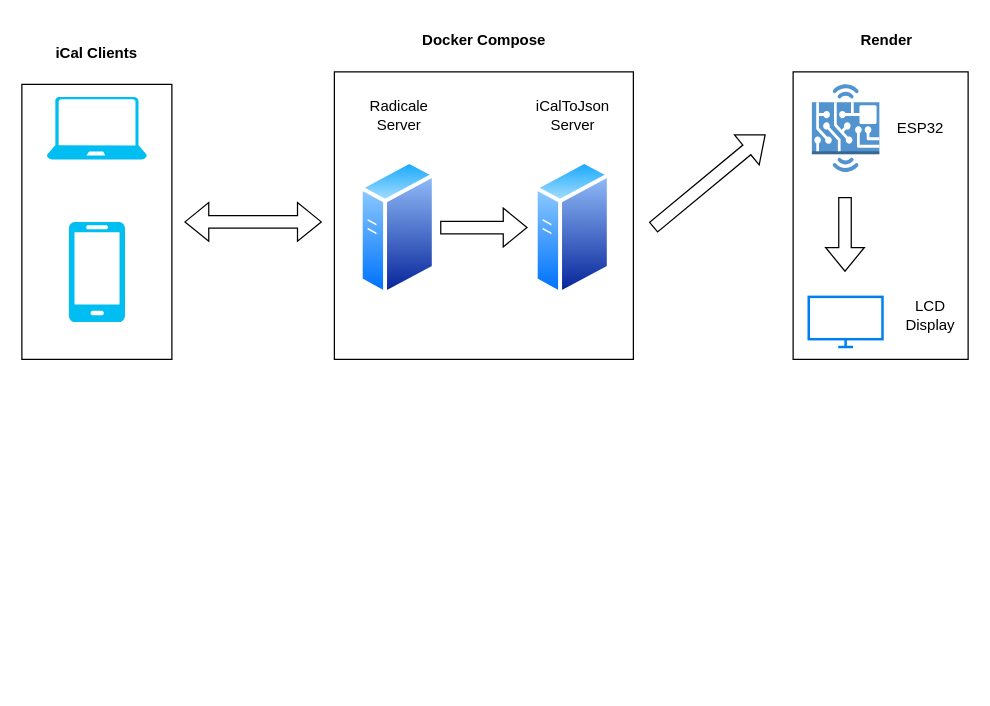
Earlier version of the draw.io diagram images/architecture-diagram.drawio (Anthony-McDonald/Important-Eventer). Source tidied: cells renumbered, new cells numbered last; positions are measured from the earlier drawing's top-left corner, leaving out a move shared by most shapes. Both pictures are drawn from the tidied source at 125%, with x=0, y=0 at pixel (21, 21).
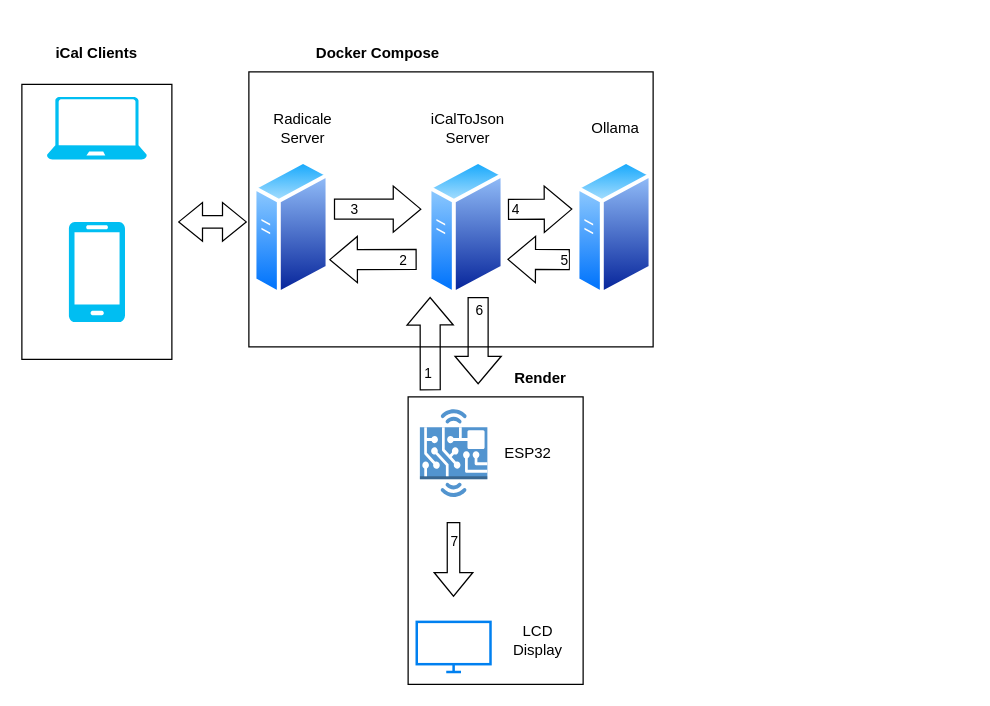
Above is the later version.

Diff of the diagram source:
```diff
@@
+    <mxCell id="23" style="image;perimeter=ellipsePerimeter;html=1;align=center;shadow=0;dashed=0;spacingTop=3;image=img/lib/active_directory/generic_server.svg;" parent="1" vertex="1">
+      <mxGeometry x="443.4" y="110" width="61.6" height="110" as="geometry" />
+    </mxCell>
+    <mxCell id="12" style="rounded=0;whiteSpace=wrap;html=1;fillColor=none;fontStyle=1;" parent="1" vertex="1">
+      <mxGeometry x="181.6" y="40" width="323.4" height="220" as="geometry" />
+    </mxCell>
     <mxCell id="2" style="image;perimeter=ellipsePerimeter;html=1;align=center;shadow=0;dashed=0;spacingTop=3;image=img/lib/active_directory/generic_server.svg;" parent="1" vertex="1">
-      <mxGeometry x="270" y="110" width="61.6" height="110" as="geometry" />
+      <mxGeometry x="185" y="110" width="61.6" height="110" as="geometry" />
     </mxCell>
@@
     <mxCell id="8" style="shape=flexArrow;endArrow=classic;startArrow=classic;html=1;rounded=0;" parent="1" edge="1">
       <mxGeometry relative="1" as="geometry">
-        <mxPoint x="130" y="160" as="sourcePoint" />
-        <mxPoint x="240" y="160" as="targetPoint" />
+        <mxPoint x="125" y="160" as="sourcePoint" />
+        <mxPoint x="180" y="160" as="targetPoint" />
       </mxGeometry>
     </mxCell>
     <mxCell id="9" value="&lt;div&gt;Radicale&lt;/div&gt;&lt;div&gt;Server&lt;/div&gt;" style="text;html=1;whiteSpace=wrap;strokeColor=none;fillColor=none;align=center;verticalAlign=middle;rounded=0;" parent="1" vertex="1">
-      <mxGeometry x="271.6" y="60" width="60" height="30" as="geometry" />
+      <mxGeometry x="195" y="70" width="60" height="30" as="geometry" />
     </mxCell>
     <mxCell id="10" style="image;perimeter=ellipsePerimeter;html=1;align=center;shadow=0;dashed=0;spacingTop=3;image=img/lib/active_directory/generic_server.svg;" parent="1" vertex="1">
-      <mxGeometry x="410" y="110" width="61.6" height="110" as="geometry" />
+      <mxGeometry x="325" y="110" width="61.6" height="110" as="geometry" />
     </mxCell>
     <mxCell id="11" value="&lt;div&gt;iCalToJson&lt;/div&gt;&lt;div&gt;Server&lt;/div&gt;" style="text;html=1;whiteSpace=wrap;strokeColor=none;fillColor=none;align=center;verticalAlign=middle;rounded=0;" parent="1" vertex="1">
-      <mxGeometry x="410.8" y="60" width="60" height="30" as="geometry" />
+      <mxGeometry x="326.6" y="70" width="60" height="30" as="geometry" />
     </mxCell>
-    <mxCell id="12" style="rounded=0;whiteSpace=wrap;html=1;fillColor=none;fontStyle=1;" parent="1" vertex="1">
-      <mxGeometry x="250" y="40" width="239.2" height="230" as="geometry" />
-    </mxCell>
     <mxCell id="13" value="Docker Compose" style="text;html=1;whiteSpace=wrap;strokeColor=none;fillColor=none;align=center;verticalAlign=middle;rounded=0;fontStyle=1;" parent="1" vertex="1">
-      <mxGeometry x="304.6" width="130" height="30" as="geometry" />
+      <mxGeometry x="219.6" y="10" width="130" height="30" as="geometry" />
     </mxCell>
     <mxCell id="14" style="dashed=0;verticalLabelPosition=bottom;verticalAlign=top;align=center;html=1;shape=mxgraph.aws3.hardware_board;fillColor=#5294CF;gradientColor=none;" parent="1" vertex="1">
-      <mxGeometry x="632" y="49.9" width="54" height="70.2" as="geometry" />
+      <mxGeometry x="318.4" y="309.9" width="54" height="70.2" as="geometry" />
     </mxCell>
     <mxCell id="15" value="Render" style="text;html=1;whiteSpace=wrap;strokeColor=none;fillColor=none;align=center;verticalAlign=middle;rounded=0;fontStyle=1;" parent="1" vertex="1">
-      <mxGeometry x="627" width="130" height="30" as="geometry" />
+      <mxGeometry x="349.6" y="270" width="130" height="30" as="geometry" />
     </mxCell>
     <mxCell id="16" style="rounded=0;whiteSpace=wrap;html=1;fillColor=none;fontStyle=1;" parent="1" vertex="1">
-      <mxGeometry x="617" y="40" width="140" height="230" as="geometry" />
+      <mxGeometry x="309" y="300" width="140" height="230" as="geometry" />
     </mxCell>
     <mxCell id="17" style="shape=flexArrow;endArrow=classic;html=1;rounded=0;" parent="1" edge="1">
       <mxGeometry relative="1" as="geometry">
-        <mxPoint x="658.5" y="140" as="sourcePoint" />
-        <mxPoint x="658.5" y="200" as="targetPoint" />
+        <mxPoint x="345.3" y="400" as="sourcePoint" />
+        <mxPoint x="345.3" y="460" as="targetPoint" />
       </mxGeometry>
     </mxCell>
+    <mxCell id="24" value="7" style="edgeLabel;html=1;align=center;verticalAlign=middle;" parent="17" vertex="1">
+      <mxGeometry x="-0.06" y="2" relative="1" as="geometry">
+        <mxPoint x="-2" y="-13" as="offset" />
+      </mxGeometry>
+    </mxCell>
     <mxCell id="18" style="html=1;verticalLabelPosition=bottom;align=center;labelBackgroundColor=#ffffff;verticalAlign=top;strokeWidth=2;strokeColor=#0080F0;shadow=0;dashed=0;shape=mxgraph.ios7.icons.monitor;" parent="1" vertex="1">
-      <mxGeometry x="629.5" y="220" width="59" height="40" as="geometry" />
+      <mxGeometry x="315.9" y="480" width="59" height="40" as="geometry" />
     </mxCell>
     <mxCell id="19" value="ESP32" style="text;html=1;whiteSpace=wrap;strokeColor=none;fillColor=none;align=center;verticalAlign=middle;rounded=0;" parent="1" vertex="1">
-      <mxGeometry x="688.5" y="70" width="60" height="30" as="geometry" />
+      <mxGeometry x="374.9" y="330" width="60" height="30" as="geometry" />
     </mxCell>
     <mxCell id="20" value="&lt;div&gt;LCD&lt;/div&gt;&lt;div&gt;Display&lt;/div&gt;" style="text;html=1;whiteSpace=wrap;strokeColor=none;fillColor=none;align=center;verticalAlign=middle;rounded=0;" parent="1" vertex="1">
-      <mxGeometry x="697" y="220" width="60" height="30" as="geometry" />
+      <mxGeometry x="383.4" y="480" width="60" height="30" as="geometry" />
     </mxCell>
-    <mxCell id="21" style="shape=flexArrow;endArrow=classic;html=1;rounded=0;" parent="1" edge="1">
+    <mxCell id="21" style="shape=flexArrow;endArrow=classic;html=1;rounded=0;strokeWidth=1;width=16;endSize=7;" parent="1" edge="1">
       <mxGeometry relative="1" as="geometry">
-        <mxPoint x="334.6" y="164.5" as="sourcePoint" />
-        <mxPoint x="404.6" y="164.5" as="targetPoint" />
+        <mxPoint x="249.6" y="149.8" as="sourcePoint" />
+        <mxPoint x="319.6" y="149.8" as="targetPoint" />
       </mxGeometry>
     </mxCell>
-    <mxCell id="22" style="shape=flexArrow;endArrow=classic;html=1;rounded=0;" parent="1" edge="1">
-      <mxGeometry relative="1" as="geometry">
-        <mxPoint x="505" y="164.5" as="sourcePoint" />
-        <mxPoint x="595" y="90" as="targetPoint" />
-      </mxGeometry>
-    </mxCell>
+    <mxCell id="25" value="3" style="edgeLabel;html=1;align=center;verticalAlign=middle;" parent="21" vertex="1">
+      <mxGeometry x="0.08" y="-1" relative="1" as="geometry">
+        <mxPoint x="-22" y="-1" as="offset" />
+      </mxGeometry>
+    </mxCell>
+    <mxCell id="26" value="Ollama" style="text;html=1;whiteSpace=wrap;strokeColor=none;fillColor=none;align=center;verticalAlign=middle;rounded=0;" parent="1" vertex="1">
+      <mxGeometry x="445" y="70" width="60" height="30" as="geometry" />
+    </mxCell>
+    <mxCell id="27" style="shape=flexArrow;endArrow=classic;html=1;rounded=0;strokeWidth=1;width=16;endSize=7;" parent="1" edge="1">
+      <mxGeometry relative="1" as="geometry">
+        <mxPoint x="388.8" y="150" as="sourcePoint" />
+        <mxPoint x="440.4" y="149.8" as="targetPoint" />
+      </mxGeometry>
+    </mxCell>
+    <mxCell id="28" value="4" style="edgeLabel;html=1;align=center;verticalAlign=middle;" parent="27" vertex="1">
+      <mxGeometry x="0.08" y="-1" relative="1" as="geometry">
+        <mxPoint x="-22" y="-1" as="offset" />
+      </mxGeometry>
+    </mxCell>
+    <mxCell id="29" style="shape=flexArrow;endArrow=classic;html=1;rounded=0;strokeWidth=1;width=16;endSize=7;" parent="1" edge="1">
+      <mxGeometry relative="1" as="geometry">
+        <mxPoint x="315.9" y="190" as="sourcePoint" />
+        <mxPoint x="245.9" y="190.2" as="targetPoint" />
+      </mxGeometry>
+    </mxCell>
+    <mxCell id="30" value="2" style="edgeLabel;html=1;align=center;verticalAlign=middle;" parent="29" vertex="1">
+      <mxGeometry x="0.08" y="-1" relative="1" as="geometry">
+        <mxPoint x="27" y="1" as="offset" />
+      </mxGeometry>
+    </mxCell>
+    <mxCell id="31" style="shape=flexArrow;endArrow=classic;html=1;rounded=0;strokeWidth=1;width=16;endSize=7;" parent="1" edge="1">
+      <mxGeometry relative="1" as="geometry">
+        <mxPoint x="326.7" y="294.8" as="sourcePoint" />
+        <mxPoint x="326.6" y="220" as="targetPoint" />
+      </mxGeometry>
+    </mxCell>
+    <mxCell id="32" value="1" style="edgeLabel;html=1;align=center;verticalAlign=middle;" parent="31" vertex="1">
+      <mxGeometry x="0.08" y="-1" relative="1" as="geometry">
+        <mxPoint x="-3" y="26" as="offset" />
+      </mxGeometry>
+    </mxCell>
+    <mxCell id="33" style="shape=flexArrow;endArrow=classic;html=1;rounded=0;strokeWidth=1;width=16;endSize=7;" parent="1" edge="1">
+      <mxGeometry relative="1" as="geometry">
+        <mxPoint x="365" y="220" as="sourcePoint" />
+        <mxPoint x="365" y="290" as="targetPoint" />
+      </mxGeometry>
+    </mxCell>
+    <mxCell id="34" value="6" style="edgeLabel;html=1;align=center;verticalAlign=middle;" parent="33" vertex="1">
+      <mxGeometry x="0.08" y="-1" relative="1" as="geometry">
+        <mxPoint x="1" y="-28" as="offset" />
+      </mxGeometry>
+    </mxCell>
+    <mxCell id="35" style="shape=flexArrow;endArrow=classic;html=1;rounded=0;strokeWidth=1;width=16;endSize=7;" parent="1" edge="1">
+      <mxGeometry relative="1" as="geometry">
+        <mxPoint x="438.4" y="190.2" as="sourcePoint" />
+        <mxPoint x="388.4" y="190" as="targetPoint" />
+      </mxGeometry>
+    </mxCell>
+    <mxCell id="36" value="5" style="edgeLabel;html=1;align=center;verticalAlign=middle;" parent="35" vertex="1">
+      <mxGeometry x="0.08" y="-1" relative="1" as="geometry">
+        <mxPoint x="22" y="1" as="offset" />
+      </mxGeometry>
+    </mxCell>
```
